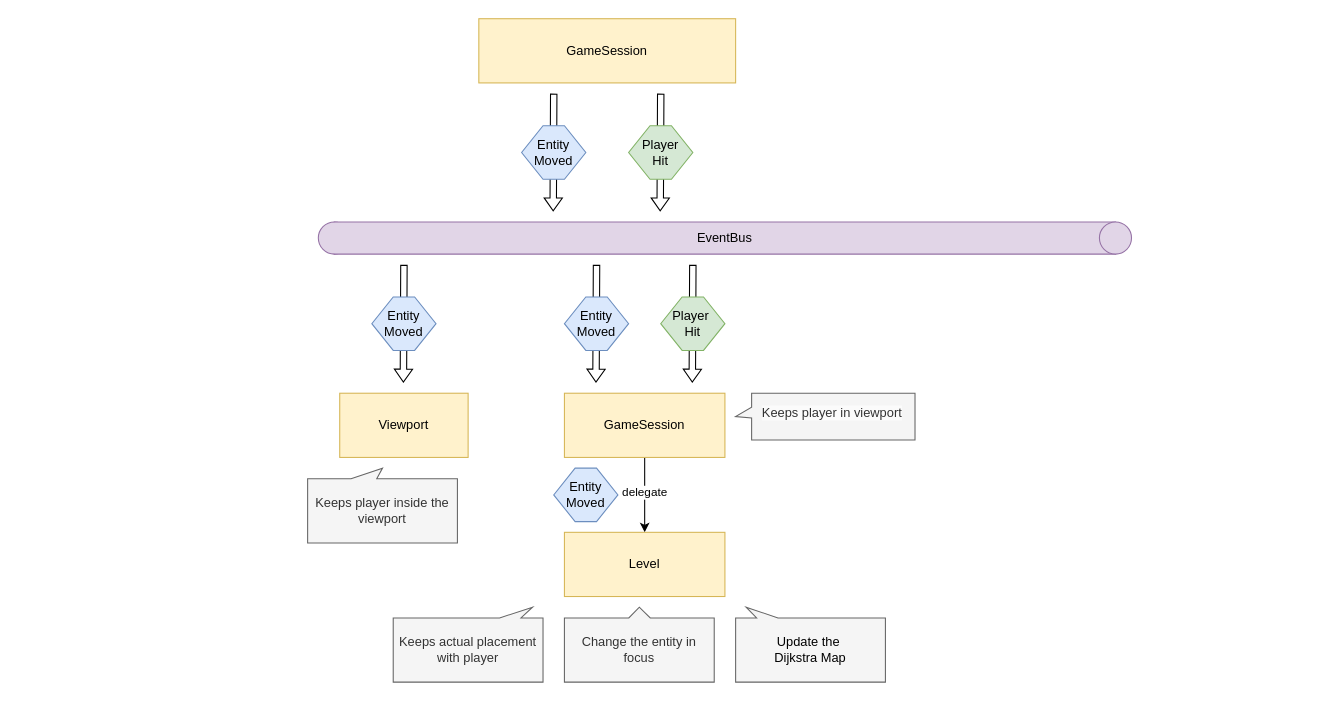
vladimir-popov/forgotten_catacombs keeps this draw.io diagram as page "Events" (4 of 9) of docs/schemas.drawio. Above is the earlier version. Source tidied: cells renumbered, new cells numbered last; positions are measured from the earlier drawing's top-left corner, leaving out a move shared by most shapes. Both pictures are drawn from the tidied source at 107%, with x=0, y=0 at pixel (307, 18).
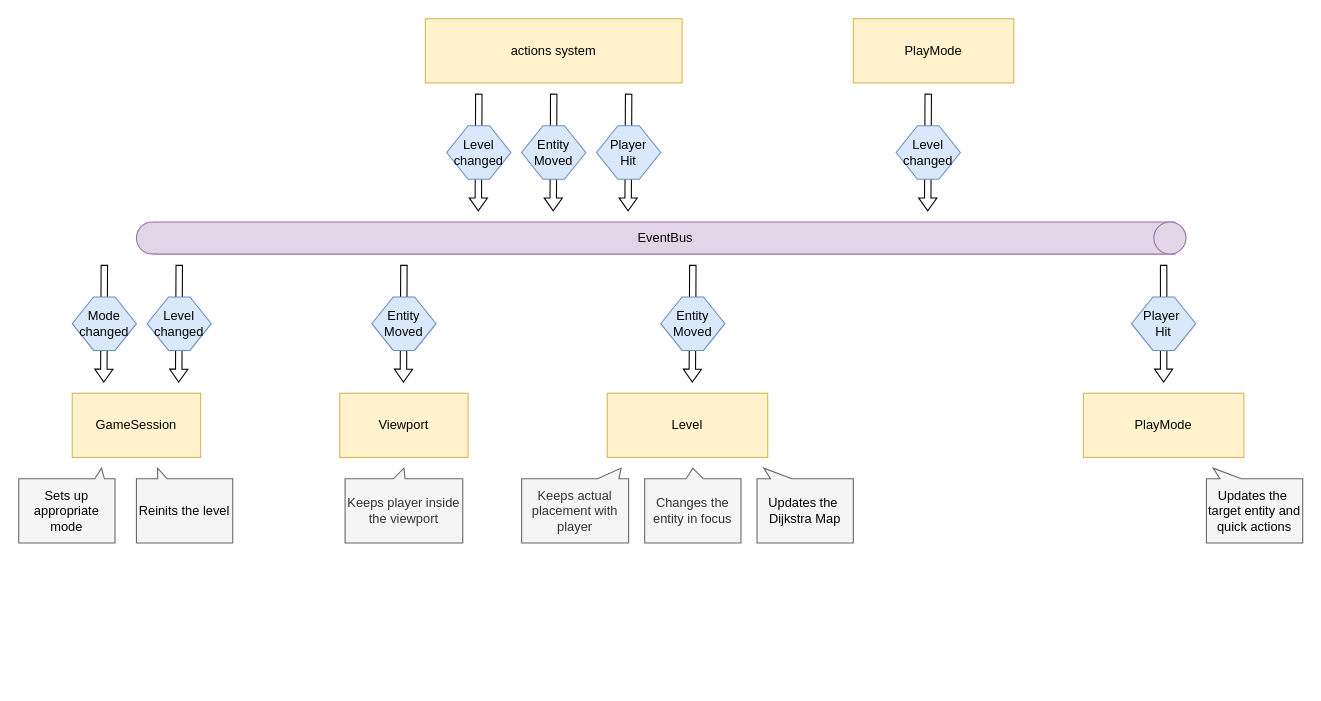
The same page after the edit.

Change to the diagram source:
```diff
@@
     <mxCell id="2" style="group;" parent="1" vertex="1">
-      <mxGeometry x="10" y="190" width="760" height="30" as="geometry" />
+      <mxGeometry x="-160" y="190" width="990" height="30" as="geometry" />
     </mxCell>
@@
+    <mxCell id="32" style="group;" parent="2" vertex="1">
+      <mxGeometry x="18" width="972" height="30" as="geometry" />
+    </mxCell>
-    <mxCell id="4" value="EventBus" style="html=1;dashed=0;whiteSpace=wrap;shape=partialRectangle;right=0;left=0;fillColor=#e1d5e7;strokeColor=#9673a6;" parent="2" vertex="1">
-      <mxGeometry x="14.9" width="730.2" height="30" as="geometry" />
+    <mxCell id="4" value="EventBus" style="html=1;dashed=0;whiteSpace=wrap;shape=partialRectangle;right=0;left=0;fillColor=#e1d5e7;strokeColor=#9673a6;" parent="32" vertex="1">
+      <mxGeometry width="952.6" height="30" as="geometry" />
     </mxCell>
-    <mxCell id="5" style="ellipse;whiteSpace=wrap;html=1;fillColor=#e1d5e7;strokeColor=#9673a6;" parent="2" vertex="1">
-      <mxGeometry x="730" width="30" height="30" as="geometry" />
+    <mxCell id="5" style="ellipse;whiteSpace=wrap;html=1;fillColor=#e1d5e7;strokeColor=#9673a6;" parent="32" vertex="1">
+      <mxGeometry x="932.9" width="30" height="30" as="geometry" />
     </mxCell>
-    <mxCell id="6" value="GameSession" style="rounded=0;whiteSpace=wrap;html=1;fillColor=#fff2cc;strokeColor=#d6b656;" parent="1" vertex="1">
-      <mxGeometry x="160" width="240" height="60" as="geometry" />
+    <mxCell id="6" value="actions system" style="rounded=0;whiteSpace=wrap;html=1;fillColor=#fff2cc;strokeColor=#d6b656;" parent="1" vertex="1">
+      <mxGeometry x="110" width="240" height="60" as="geometry" />
     </mxCell>
@@
-    <mxCell id="10" style="shape=flexArrow;endArrow=classic;html=1;rounded=0;endWidth=10;endSize=3.665;width=6;" parent="1" edge="1">
-      <mxGeometry relative="1" as="geometry">
-        <mxPoint x="270" y="230" as="sourcePoint" />
-        <mxPoint x="269.5" y="340" as="targetPoint" />
-      </mxGeometry>
-    </mxCell>
-    <mxCell id="11" value="Entity Moved" style="shape=hexagon;perimeter=hexagonPerimeter2;whiteSpace=wrap;html=1;fixedSize=1;fillColor=#dae8fc;strokeColor=#6c8ebf;" parent="1" vertex="1">
-      <mxGeometry x="240" y="260" width="60" height="50" as="geometry" />
-    </mxCell>
-    <mxCell id="12" value="Keeps player inside the viewport" style="shape=callout;whiteSpace=wrap;html=1;perimeter=calloutPerimeter;flipV=1;size=10;position=0.29;fillColor=#f5f5f5;fontColor=#333333;strokeColor=#666666;base=24;" parent="1" vertex="1">
-      <mxGeometry y="420" width="140" height="70" as="geometry" />
+    <mxCell id="12" value="Keeps player inside the viewport" style="shape=callout;whiteSpace=wrap;html=1;perimeter=calloutPerimeter;flipV=1;size=10;position=0.41;fillColor=#f5f5f5;fontColor=#333333;strokeColor=#666666;base=11;position2=0.5;" parent="1" vertex="1">
+      <mxGeometry x="35" y="420" width="110" height="70" as="geometry" />
     </mxCell>
     <mxCell id="13" value="Keeps actual placement with player" style="shape=callout;whiteSpace=wrap;html=1;perimeter=calloutPerimeter;flipV=1;size=10;position=0.71;fillColor=#f5f5f5;fontColor=#333333;strokeColor=#666666;position2=0.93;" parent="1" vertex="1">
-      <mxGeometry x="80" y="550" width="140" height="70" as="geometry" />
+      <mxGeometry x="200" y="420" width="100" height="70" as="geometry" />
     </mxCell>
@@
     <mxCell id="17" style="group;" parent="1" vertex="1">
-      <mxGeometry x="300" y="70" width="60" height="110" as="geometry" />
+      <mxGeometry x="130" y="70" width="60" height="110" as="geometry" />
     </mxCell>
@@
-    <mxCell id="19" value="Player&lt;div&gt;Hit&lt;/div&gt;" style="shape=hexagon;perimeter=hexagonPerimeter2;whiteSpace=wrap;html=1;fixedSize=1;fillColor=#d5e8d4;strokeColor=#82b366;" parent="17" vertex="1">
+    <mxCell id="19" value="Level changed" style="shape=hexagon;perimeter=hexagonPerimeter2;whiteSpace=wrap;html=1;fixedSize=1;fillColor=#dae8fc;strokeColor=#6c8ebf;" parent="17" vertex="1">
       <mxGeometry y="30" width="60" height="50" as="geometry" />
     </mxCell>
-    <mxCell id="20" style="edgeStyle=orthogonalEdgeStyle;rounded=0;jettySize=auto;html=1;exitX=0.5;exitY=1;exitDx=0;exitDy=0;entryX=0.5;entryY=0;entryDx=0;entryDy=0;" parent="1" edge="1" source="22" target="26">
-      <mxGeometry relative="1" as="geometry" />
-    </mxCell>
-    <mxCell id="21" value="delegate" style="edgeLabel;html=1;align=center;verticalAlign=middle;" parent="20" vertex="1">
-      <mxGeometry x="-0.1" y="-1" relative="1" as="geometry" />
-    </mxCell>
-    <mxCell id="22" value="GameSession" style="rounded=0;whiteSpace=wrap;html=1;fillColor=#fff2cc;strokeColor=#d6b656;" parent="1" vertex="1">
-      <mxGeometry x="240" y="350" width="150" height="60" as="geometry" />
+    <mxCell id="22" value="PlayMode" style="rounded=0;whiteSpace=wrap;html=1;fillColor=#fff2cc;strokeColor=#d6b656;" parent="1" vertex="1">
+      <mxGeometry x="725" y="350" width="150" height="60" as="geometry" />
     </mxCell>
-    <mxCell id="23" style="shape=flexArrow;endArrow=classic;html=1;rounded=0;endWidth=10;endSize=3.665;width=6;" parent="1" edge="1">
-      <mxGeometry relative="1" as="geometry">
-        <mxPoint x="360" y="230" as="sourcePoint" />
-        <mxPoint x="359.5" y="340" as="targetPoint" />
-      </mxGeometry>
-    </mxCell>
-    <mxCell id="24" value="Player&amp;nbsp;&lt;div&gt;Hit&lt;/div&gt;" style="shape=hexagon;perimeter=hexagonPerimeter2;whiteSpace=wrap;html=1;fixedSize=1;fillColor=#d5e8d4;strokeColor=#82b366;" parent="1" vertex="1">
-      <mxGeometry x="330" y="260" width="60" height="50" as="geometry" />
-    </mxCell>
-    <mxCell id="25" value="Change the entity in focus" style="shape=callout;whiteSpace=wrap;html=1;perimeter=calloutPerimeter;flipV=1;size=10;position=0.43;fillColor=#f5f5f5;fontColor=#333333;strokeColor=#666666;base=20;" parent="1" vertex="1">
-      <mxGeometry x="240" y="550" width="140" height="70" as="geometry" />
+    <mxCell id="25" value="Changes the entity in focus" style="shape=callout;whiteSpace=wrap;html=1;perimeter=calloutPerimeter;flipV=1;size=10;position=0.43;fillColor=#f5f5f5;fontColor=#333333;strokeColor=#666666;base=16;" parent="1" vertex="1">
+      <mxGeometry x="315" y="420" width="90" height="70" as="geometry" />
     </mxCell>
     <mxCell id="26" value="Level" style="rounded=0;whiteSpace=wrap;html=1;fillColor=#fff2cc;strokeColor=#d6b656;" parent="1" vertex="1">
-      <mxGeometry x="240" y="480" width="150" height="60" as="geometry" />
+      <mxGeometry x="280" y="350" width="150" height="60" as="geometry" />
     </mxCell>
-    <mxCell id="27" value="Update the &#10;Dijkstra Map" style="shape=callout;whiteSpace=wrap;html=1;perimeter=calloutPerimeter;flipV=1;size=10;position=0.14;fillColor=#f5f5f5;strokeColor=#666666;base=20;position2=0.07;" parent="1" vertex="1">
-      <mxGeometry x="400" y="550" width="140" height="70" as="geometry" />
+    <mxCell id="27" value="Updates the&amp;nbsp;&lt;br&gt;Dijkstra Map" style="shape=callout;whiteSpace=wrap;html=1;perimeter=calloutPerimeter;flipV=1;size=10;position=0.14;fillColor=#f5f5f5;strokeColor=#666666;base=20;position2=0.07;" parent="1" vertex="1">
+      <mxGeometry x="420" y="420" width="90" height="70" as="geometry" />
     </mxCell>
-    <mxCell id="28" value="Entity Moved" style="shape=hexagon;perimeter=hexagonPerimeter2;whiteSpace=wrap;html=1;fixedSize=1;fillColor=#dae8fc;strokeColor=#6c8ebf;" parent="1" vertex="1">
-      <mxGeometry x="230" y="420" width="60" height="50" as="geometry" />
-    </mxCell>
-    <mxCell id="29" style="group;" parent="1" vertex="1">
-      <mxGeometry x="400" y="350" width="182.7" height="45" as="geometry" />
-    </mxCell>
-    <mxCell id="30" style="shape=callout;whiteSpace=wrap;html=1;perimeter=calloutPerimeter;flipV=1;size=15;position=0.47;fillColor=#f5f5f5;fontColor=#333333;strokeColor=#666666;base=10;rotation=-90;" parent="29" vertex="1">
-      <mxGeometry x="62" y="-62" width="43.6" height="167.7" as="geometry" />
-    </mxCell>
-    <mxCell id="31" value="&lt;span style=&quot;color: rgb(51, 51, 51); font-family: Helvetica; font-size: 12px; font-style: normal; font-variant-ligatures: normal; font-variant-caps: normal; font-weight: 400; letter-spacing: normal; orphans: 2; text-align: center; text-indent: 0px; text-transform: none; widows: 2; word-spacing: 0px; -webkit-text-stroke-width: 0px; white-space: normal; background-color: rgb(251, 251, 251); text-decoration-thickness: initial; text-decoration-style: initial; text-decoration-color: initial; display: inline !important; float: none;&quot;&gt;Keeps player in viewport&lt;/span&gt;" style="text;whiteSpace=wrap;html=1;" parent="29" vertex="1">
-      <mxGeometry x="22.7" y="5" width="160" height="40" as="geometry" />
-    </mxCell>
+    <mxCell id="33" style="group;" parent="1" vertex="1">
+      <mxGeometry x="270" y="70" width="60" height="110" as="geometry" />
+    </mxCell>
+    <mxCell id="34" style="shape=flexArrow;endArrow=classic;html=1;rounded=0;endWidth=10;endSize=3.665;width=6;" parent="33" edge="1">
+      <mxGeometry relative="1" as="geometry">
+        <mxPoint x="30" as="sourcePoint" />
+        <mxPoint x="29.5" y="110" as="targetPoint" />
+      </mxGeometry>
+    </mxCell>
+    <mxCell id="35" value="Player&lt;div&gt;Hit&lt;/div&gt;" style="shape=hexagon;perimeter=hexagonPerimeter2;whiteSpace=wrap;html=1;fixedSize=1;fillColor=#dae8fc;strokeColor=#6c8ebf;" parent="33" vertex="1">
+      <mxGeometry y="30" width="60" height="50" as="geometry" />
+    </mxCell>
+    <mxCell id="36" style="group;" parent="1" vertex="1">
+      <mxGeometry x="770" y="230" width="60" height="110" as="geometry" />
+    </mxCell>
+    <mxCell id="23" style="shape=flexArrow;endArrow=classic;html=1;rounded=0;endWidth=10;endSize=3.665;width=6;" parent="36" edge="1">
+      <mxGeometry relative="1" as="geometry">
+        <mxPoint x="30" as="sourcePoint" />
+        <mxPoint x="30" y="110" as="targetPoint" />
+      </mxGeometry>
+    </mxCell>
+    <mxCell id="24" value="Player&amp;nbsp;&lt;div&gt;Hit&lt;/div&gt;" style="shape=hexagon;perimeter=hexagonPerimeter2;whiteSpace=wrap;html=1;fixedSize=1;fillColor=#dae8fc;strokeColor=#6c8ebf;" parent="36" vertex="1">
+      <mxGeometry y="30" width="60" height="50" as="geometry" />
+    </mxCell>
+    <mxCell id="37" style="group;" parent="1" vertex="1">
+      <mxGeometry x="330" y="230" width="60" height="110" as="geometry" />
+    </mxCell>
+    <mxCell id="10" style="shape=flexArrow;endArrow=classic;html=1;rounded=0;endWidth=10;endSize=3.665;width=6;" parent="37" edge="1">
+      <mxGeometry relative="1" as="geometry">
+        <mxPoint x="30" as="sourcePoint" />
+        <mxPoint x="29.5" y="110" as="targetPoint" />
+      </mxGeometry>
+    </mxCell>
+    <mxCell id="11" value="Entity Moved" style="shape=hexagon;perimeter=hexagonPerimeter2;whiteSpace=wrap;html=1;fixedSize=1;fillColor=#dae8fc;strokeColor=#6c8ebf;" parent="37" vertex="1">
+      <mxGeometry y="30" width="60" height="50" as="geometry" />
+    </mxCell>
+    <mxCell id="38" style="group;" parent="1" vertex="1">
+      <mxGeometry x="-150" y="230" width="60" height="110" as="geometry" />
+    </mxCell>
+    <mxCell id="39" style="shape=flexArrow;endArrow=classic;html=1;rounded=0;endWidth=10;endSize=3.665;width=6;" parent="38" edge="1">
+      <mxGeometry relative="1" as="geometry">
+        <mxPoint x="30" as="sourcePoint" />
+        <mxPoint x="29.5" y="110" as="targetPoint" />
+      </mxGeometry>
+    </mxCell>
+    <mxCell id="40" value="Level changed" style="shape=hexagon;perimeter=hexagonPerimeter2;whiteSpace=wrap;html=1;fixedSize=1;fillColor=#dae8fc;strokeColor=#6c8ebf;" parent="38" vertex="1">
+      <mxGeometry y="30" width="60" height="50" as="geometry" />
+    </mxCell>
+    <mxCell id="41" value="GameSession" style="rounded=0;whiteSpace=wrap;html=1;fillColor=#fff2cc;strokeColor=#d6b656;" parent="1" vertex="1">
+      <mxGeometry x="-220" y="350" width="120" height="60" as="geometry" />
+    </mxCell>
+    <mxCell id="42" style="group;" parent="1" vertex="1">
+      <mxGeometry x="-220" y="230" width="60" height="110" as="geometry" />
+    </mxCell>
+    <mxCell id="43" style="shape=flexArrow;endArrow=classic;html=1;rounded=0;endWidth=10;endSize=3.665;width=6;" parent="42" edge="1">
+      <mxGeometry relative="1" as="geometry">
+        <mxPoint x="30" as="sourcePoint" />
+        <mxPoint x="29.5" y="110" as="targetPoint" />
+      </mxGeometry>
+    </mxCell>
+    <mxCell id="44" value="Mode changed" style="shape=hexagon;perimeter=hexagonPerimeter2;whiteSpace=wrap;html=1;fixedSize=1;fillColor=#dae8fc;strokeColor=#6c8ebf;" parent="42" vertex="1">
+      <mxGeometry y="30" width="60" height="50" as="geometry" />
+    </mxCell>
+    <mxCell id="45" value="Sets up appropriate mode" style="shape=callout;whiteSpace=wrap;html=1;perimeter=calloutPerimeter;flipV=1;size=10;position=0.79;fillColor=#f5f5f5;strokeColor=#666666;base=9;position2=0.86;" parent="1" vertex="1">
+      <mxGeometry x="-270" y="420" width="90" height="70" as="geometry" />
+    </mxCell>
+    <mxCell id="46" value="Reinits the level" style="shape=callout;whiteSpace=wrap;html=1;perimeter=calloutPerimeter;flipV=1;size=10;position=0.22;fillColor=#f5f5f5;strokeColor=#666666;base=9;position2=0.22;" parent="1" vertex="1">
+      <mxGeometry x="-160" y="420" width="90" height="70" as="geometry" />
+    </mxCell>
+    <mxCell id="47" value="Updates the&amp;nbsp;&lt;br&gt;target entity and quick actions" style="shape=callout;whiteSpace=wrap;html=1;perimeter=calloutPerimeter;flipV=1;size=10;position=0.14;fillColor=#f5f5f5;strokeColor=#666666;base=20;position2=0.07;" parent="1" vertex="1">
+      <mxGeometry x="840" y="420" width="90" height="70" as="geometry" />
+    </mxCell>
+    <mxCell id="48" value="PlayMode" style="rounded=0;whiteSpace=wrap;html=1;fillColor=#fff2cc;strokeColor=#d6b656;" parent="1" vertex="1">
+      <mxGeometry x="510" width="150" height="60" as="geometry" />
+    </mxCell>
+    <mxCell id="49" style="group;" parent="1" vertex="1">
+      <mxGeometry x="550" y="70" width="60" height="110" as="geometry" />
+    </mxCell>
+    <mxCell id="50" style="shape=flexArrow;endArrow=classic;html=1;rounded=0;endWidth=10;endSize=3.665;width=6;" parent="49" edge="1">
+      <mxGeometry relative="1" as="geometry">
+        <mxPoint x="30" as="sourcePoint" />
+        <mxPoint x="29.5" y="110" as="targetPoint" />
+      </mxGeometry>
+    </mxCell>
+    <mxCell id="51" value="Level changed" style="shape=hexagon;perimeter=hexagonPerimeter2;whiteSpace=wrap;html=1;fixedSize=1;fillColor=#dae8fc;strokeColor=#6c8ebf;" parent="49" vertex="1">
+      <mxGeometry y="30" width="60" height="50" as="geometry" />
+    </mxCell>
```
